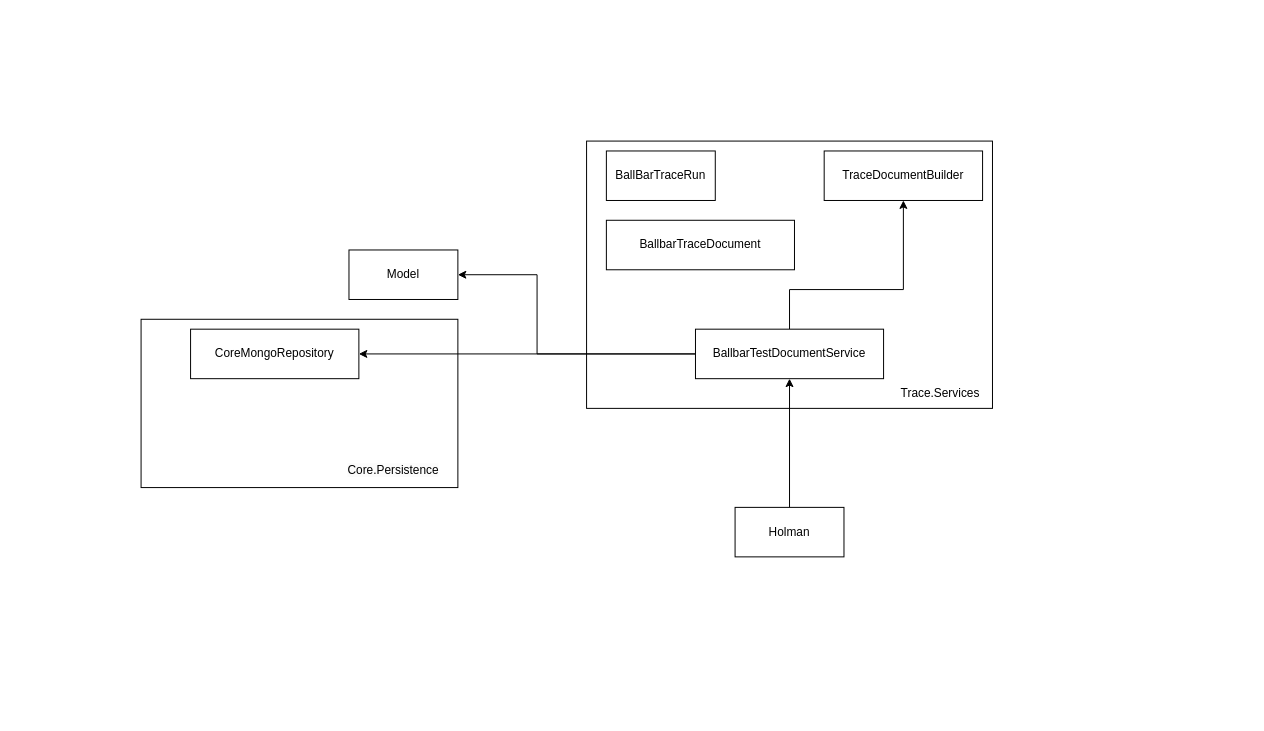
Above: HolmanWithLonsbrough-Core.drawio in AmolSJawalkar/DrawIO (draw.io), before the change. Source tidied: cells renumbered, new cells numbered last; positions are measured from the earlier drawing's top-left corner, leaving out a move shared by most shapes. Both pictures are drawn from the tidied source at 99%, with x=0, y=0 at pixel (141, 141).
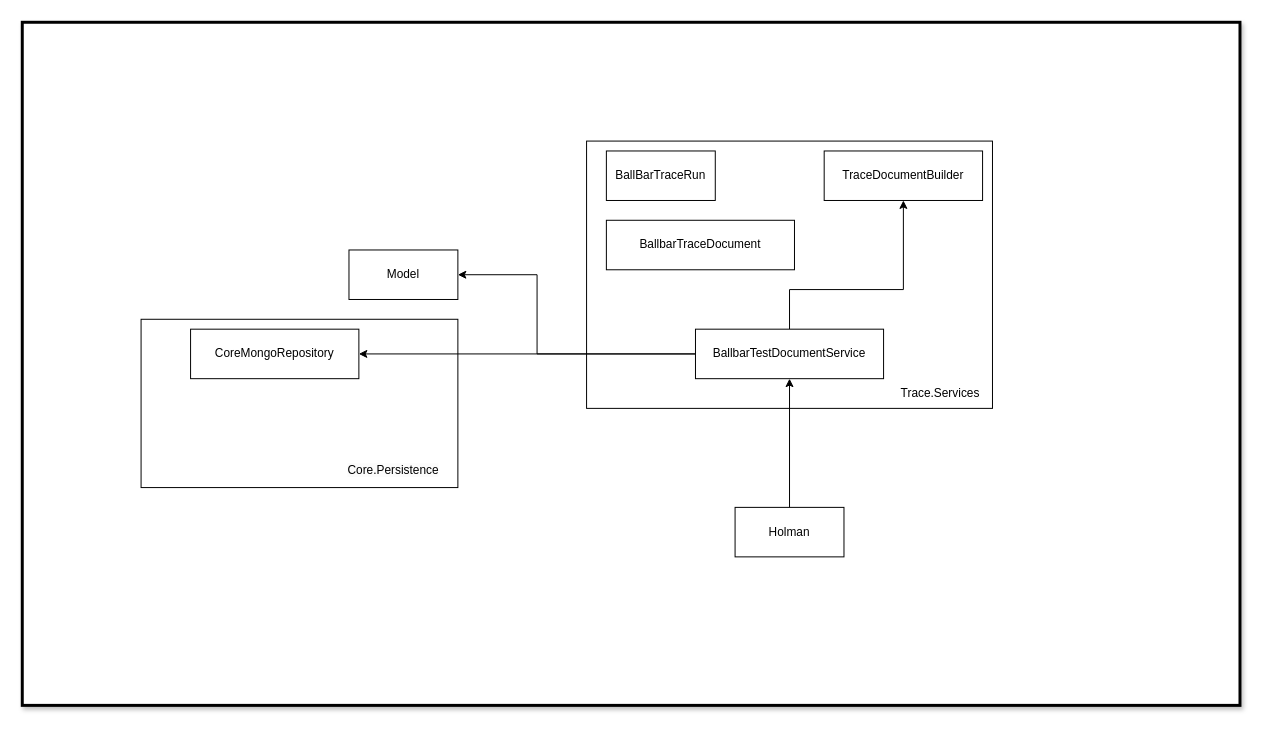
Above is the later version.

What changed in the source:
```diff
@@
+    <mxCell id="17" style="rounded=0;whiteSpace=wrap;html=1;shadow=1;glass=0;strokeWidth=3;" parent="1" vertex="1">
+      <mxGeometry x="-120" y="-120" width="1230" height="690" as="geometry" />
+    </mxCell>
```
